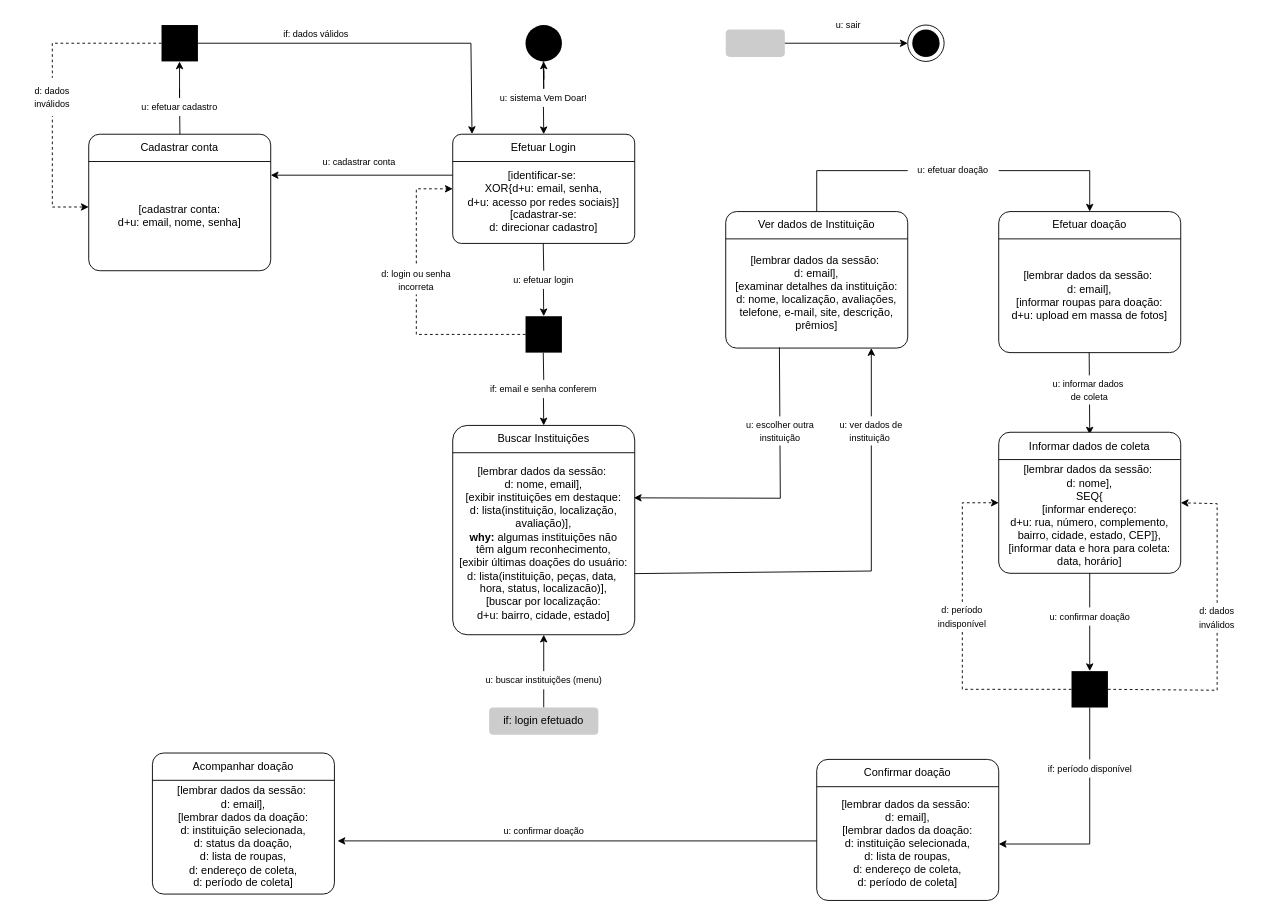
Before: SPRINT01/MoLIC.drawio in brunocastello/puc-mvp, a draw.io diagram. Source tidied: cells renumbered, new cells numbered last; positions are measured from the earlier drawing's top-left corner, leaving out a move shared by most shapes. Both pictures are drawn from the tidied source at 91%, with x=0, y=0 at pixel (15, 15).
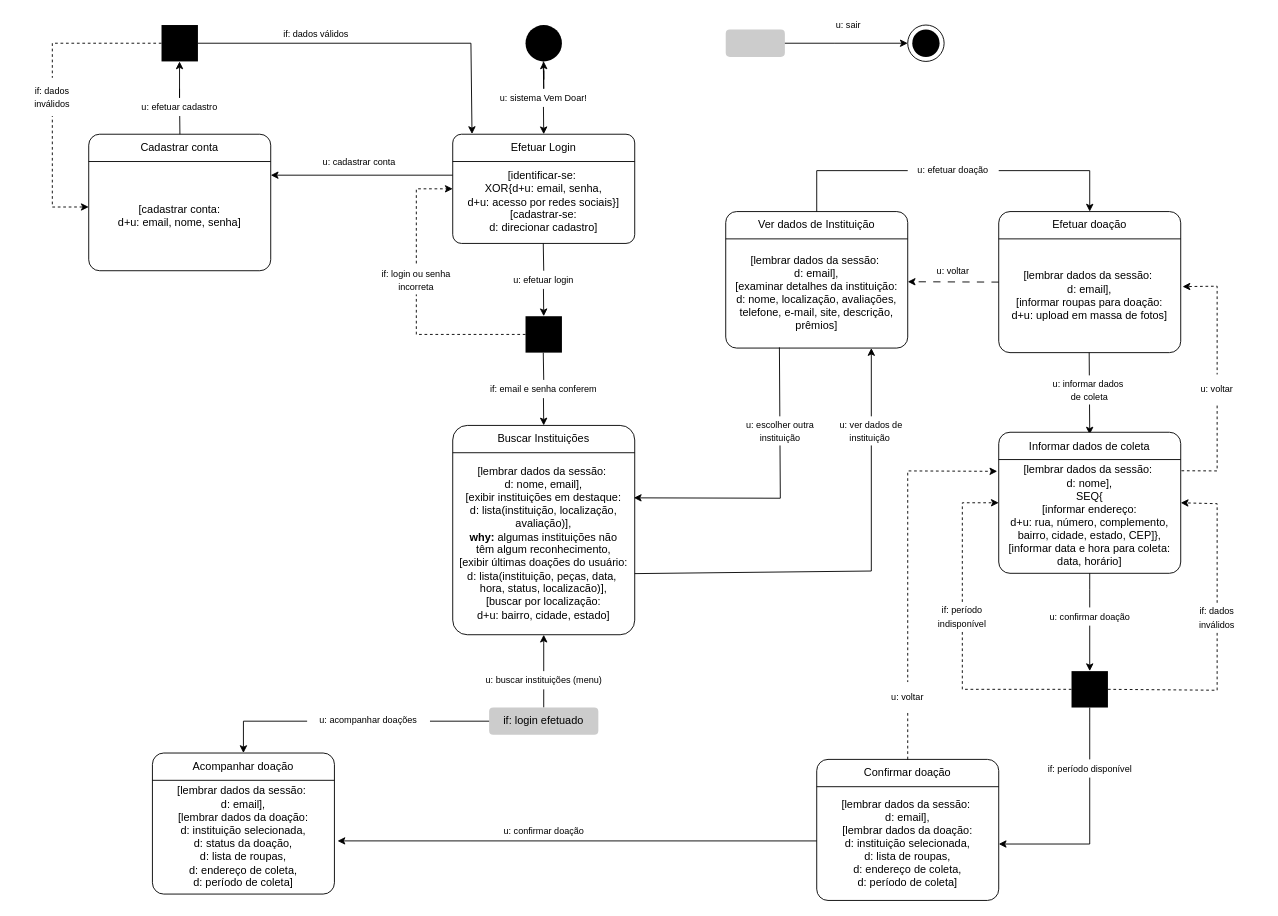
After the change.

The change refers to these unchanged cells:
```xml
<mxCell id="24" value="&lt;div&gt;&lt;br&gt;&lt;/div&gt;&lt;div&gt;&lt;br&gt;&lt;/div&gt;[lembrar dados da sessão:&amp;nbsp;&lt;div&gt;d: email],&lt;br&gt;&lt;/div&gt;&lt;div&gt;[examinar detalhes da instituição:&lt;/div&gt;&lt;div&gt;d: nome, localização, avaliações,&lt;/div&gt;&lt;div&gt;telefone, e-mail, site, descrição,&lt;/div&gt;&lt;div&gt;prêmios]&lt;/div&gt;" style="rounded=1;whiteSpace=wrap;html=1;arcSize=8;absoluteArcSize=0;" parent="1" vertex="1">
  <mxGeometry x="780" y="215" width="200" height="150" as="geometry" />
</mxCell>
<mxCell id="28" value="&lt;font&gt;if: login efetuado&lt;/font&gt;" style="rounded=1;whiteSpace=wrap;html=1;fillColor=#CCCCCC;strokeColor=none;fillStyle=solid;fontColor=#000000;" parent="1" vertex="1">
  <mxGeometry x="520" y="760" width="120" height="30" as="geometry" />
</mxCell>
<mxCell id="37" value="&lt;div&gt;&lt;br&gt;&lt;/div&gt;&lt;div&gt;&lt;br&gt;&lt;/div&gt;[lembrar dados da sessão:&amp;nbsp;&lt;div&gt;d: email],&lt;br&gt;&lt;/div&gt;&lt;div&gt;[informar roupas para doação:&lt;/div&gt;&lt;div&gt;d+u: upload em massa de fotos]&lt;/div&gt;" style="rounded=1;whiteSpace=wrap;html=1;arcSize=8;absoluteArcSize=0;" parent="1" vertex="1">
  <mxGeometry x="1080" y="215" width="200" height="155" as="geometry" />
</mxCell>
<mxCell id="44" value="&lt;div&gt;&lt;br&gt;&lt;/div&gt;&lt;div&gt;&lt;br&gt;&lt;/div&gt;[lembrar dados da sessão:&amp;nbsp;&lt;div&gt;d: nome],&lt;br&gt;&lt;/div&gt;&lt;div&gt;SEQ{&lt;/div&gt;&lt;div&gt;[informar endereço:&lt;/div&gt;&lt;div&gt;d+u: rua, número, complemento, bairro, cidade, estado, CEP]},&lt;/div&gt;&lt;div&gt;[informar data e hora para coleta:&lt;/div&gt;&lt;div&gt;data, horário]&lt;/div&gt;" style="rounded=1;whiteSpace=wrap;html=1;arcSize=8;absoluteArcSize=0;" parent="1" vertex="1">
  <mxGeometry x="1080" y="457.5" width="200" height="155" as="geometry" />
</mxCell>
<mxCell id="50" value="Confirmar doação" style="text;html=1;align=center;verticalAlign=middle;whiteSpace=wrap;rounded=0;" parent="1" vertex="1">
  <mxGeometry x="880" y="817" width="200" height="30" as="geometry" />
</mxCell>
<mxCell id="73" value="Acompanhar doação" style="text;html=1;align=center;verticalAlign=middle;whiteSpace=wrap;rounded=0;" parent="1" vertex="1">
  <mxGeometry x="150" y="810" width="200" height="30" as="geometry" />
</mxCell>
```

What changed in the source:
```diff
@@
-    <mxCell id="15" value="&lt;font style=&quot;font-size: 10px;&quot;&gt;d: login ou&amp;nbsp;&lt;/font&gt;&lt;span style=&quot;font-size: 10px;&quot;&gt;senha&lt;/span&gt;&lt;div&gt;&lt;font style=&quot;font-size: 10px;&quot;&gt;incorreta&lt;/font&gt;&lt;/div&gt;" style="text;html=1;align=center;verticalAlign=middle;whiteSpace=wrap;rounded=0;fillColor=default;" parent="1" vertex="1">
+    <mxCell id="15" value="&lt;font style=&quot;font-size: 10px;&quot;&gt;if: login ou&amp;nbsp;&lt;/font&gt;&lt;span style=&quot;font-size: 10px;&quot;&gt;senha&lt;/span&gt;&lt;div&gt;&lt;font style=&quot;font-size: 10px;&quot;&gt;incorreta&lt;/font&gt;&lt;/div&gt;" style="text;html=1;align=center;verticalAlign=middle;whiteSpace=wrap;rounded=0;fillColor=default;" parent="1" vertex="1">
       <mxGeometry x="400" y="274" width="80" height="32" as="geometry" />
     </mxCell>
@@
-    <mxCell id="54" value="&lt;font size=&quot;1&quot;&gt;d: período&lt;/font&gt;&lt;div&gt;&lt;font size=&quot;1&quot;&gt;indisponível&lt;/font&gt;&lt;/div&gt;" style="text;html=1;align=center;verticalAlign=middle;whiteSpace=wrap;rounded=0;fillColor=default;" parent="1" vertex="1">
+    <mxCell id="54" value="&lt;font size=&quot;1&quot;&gt;if: período&lt;/font&gt;&lt;div&gt;&lt;font size=&quot;1&quot;&gt;indisponível&lt;/font&gt;&lt;/div&gt;" style="text;html=1;align=center;verticalAlign=middle;whiteSpace=wrap;rounded=0;fillColor=default;" parent="1" vertex="1">
       <mxGeometry x="1000" y="644" width="80" height="32" as="geometry" />
     </mxCell>
@@
-    <mxCell id="67" value="&lt;font size=&quot;1&quot;&gt;d: dados inválidos&lt;/font&gt;" style="text;html=1;align=center;verticalAlign=middle;whiteSpace=wrap;rounded=0;fillColor=default;" parent="1" vertex="1">
+    <mxCell id="67" value="&lt;font size=&quot;1&quot;&gt;if: dados inválidos&lt;/font&gt;" style="text;html=1;align=center;verticalAlign=middle;whiteSpace=wrap;rounded=0;fillColor=default;" parent="1" vertex="1">
       <mxGeometry y="68" width="80" height="42" as="geometry" />
     </mxCell>
@@
-    <mxCell id="71" value="&lt;font size=&quot;1&quot;&gt;d: dados&lt;/font&gt;&lt;div&gt;&lt;font size=&quot;1&quot;&gt;inválidos&lt;/font&gt;&lt;/div&gt;" style="text;html=1;align=center;verticalAlign=middle;whiteSpace=wrap;rounded=0;fillColor=default;" parent="1" vertex="1">
+    <mxCell id="71" value="&lt;font size=&quot;1&quot;&gt;if: dados&lt;/font&gt;&lt;div&gt;&lt;font size=&quot;1&quot;&gt;inválidos&lt;/font&gt;&lt;/div&gt;" style="text;html=1;align=center;verticalAlign=middle;whiteSpace=wrap;rounded=0;fillColor=default;" parent="1" vertex="1">
       <mxGeometry x="1280" y="645" width="80" height="32" as="geometry" />
     </mxCell>
@@
+    <mxCell id="77" style="endArrow=classic;html=1;rounded=0;exitX=0;exitY=0.5;exitDx=0;exitDy=0;entryX=0.5;entryY=0;entryDx=0;entryDy=0;" parent="1" edge="1" source="28" target="73">
+      <mxGeometry relative="1" as="geometry">
+        <Array as="points">
+          <mxPoint x="250" y="775" />
+        </Array>
+      </mxGeometry>
+    </mxCell>
+    <mxCell id="78" value="&lt;font size=&quot;1&quot;&gt;u: acompanhar doações&lt;/font&gt;" style="text;html=1;align=center;verticalAlign=middle;whiteSpace=wrap;rounded=0;fillColor=default;" parent="1" vertex="1">
+      <mxGeometry x="320" y="764" width="135" height="20" as="geometry" />
+    </mxCell>
+    <mxCell id="79" style="endArrow=classic;html=1;rounded=0;exitX=0.5;exitY=0;exitDx=0;exitDy=0;dashed=1;entryX=-0.008;entryY=0.277;entryDx=0;entryDy=0;entryPerimeter=0;" parent="1" edge="1" source="50" target="44">
+      <mxGeometry relative="1" as="geometry">
+        <Array as="points">
+          <mxPoint x="980" y="500" />
+        </Array>
+      </mxGeometry>
+    </mxCell>
+    <mxCell id="80" value="&lt;font size=&quot;1&quot;&gt;u: voltar&lt;/font&gt;" style="text;html=1;align=center;verticalAlign=middle;whiteSpace=wrap;rounded=0;fillColor=default;" parent="1" vertex="1">
+      <mxGeometry x="940" y="732" width="80" height="32" as="geometry" />
+    </mxCell>
+    <mxCell id="81" style="endArrow=classic;html=1;rounded=0;dashed=1;exitX=1.004;exitY=0.273;exitDx=0;exitDy=0;entryX=1.01;entryY=0.532;entryDx=0;entryDy=0;exitPerimeter=0;entryPerimeter=0;" parent="1" edge="1" source="44" target="37">
+      <mxGeometry relative="1" as="geometry">
+        <Array as="points">
+          <mxPoint x="1320" y="500" />
+          <mxPoint x="1320" y="297" />
+        </Array>
+      </mxGeometry>
+    </mxCell>
+    <mxCell id="82" value="&lt;font size=&quot;1&quot;&gt;u: voltar&lt;/font&gt;" style="text;html=1;align=center;verticalAlign=middle;whiteSpace=wrap;rounded=0;fillColor=default;" parent="1" vertex="1">
+      <mxGeometry x="1270" y="394" width="100" height="32" as="geometry" />
+    </mxCell>
+    <mxCell id="83" style="endArrow=classic;html=1;rounded=0;exitX=0;exitY=0.5;exitDx=0;exitDy=0;entryX=1;entryY=0.514;entryDx=0;entryDy=0;entryPerimeter=0;dashed=1;dashPattern=8 8;" parent="1" edge="1" source="37" target="24">
+      <mxGeometry relative="1" as="geometry" />
+    </mxCell>
+    <mxCell id="84" value="&lt;font size=&quot;1&quot;&gt;u: voltar&lt;/font&gt;" style="text;html=1;align=center;verticalAlign=middle;whiteSpace=wrap;rounded=0;fillColor=default;" parent="1" vertex="1">
+      <mxGeometry x="1005" y="274" width="50" height="12" as="geometry" />
+    </mxCell>
```
